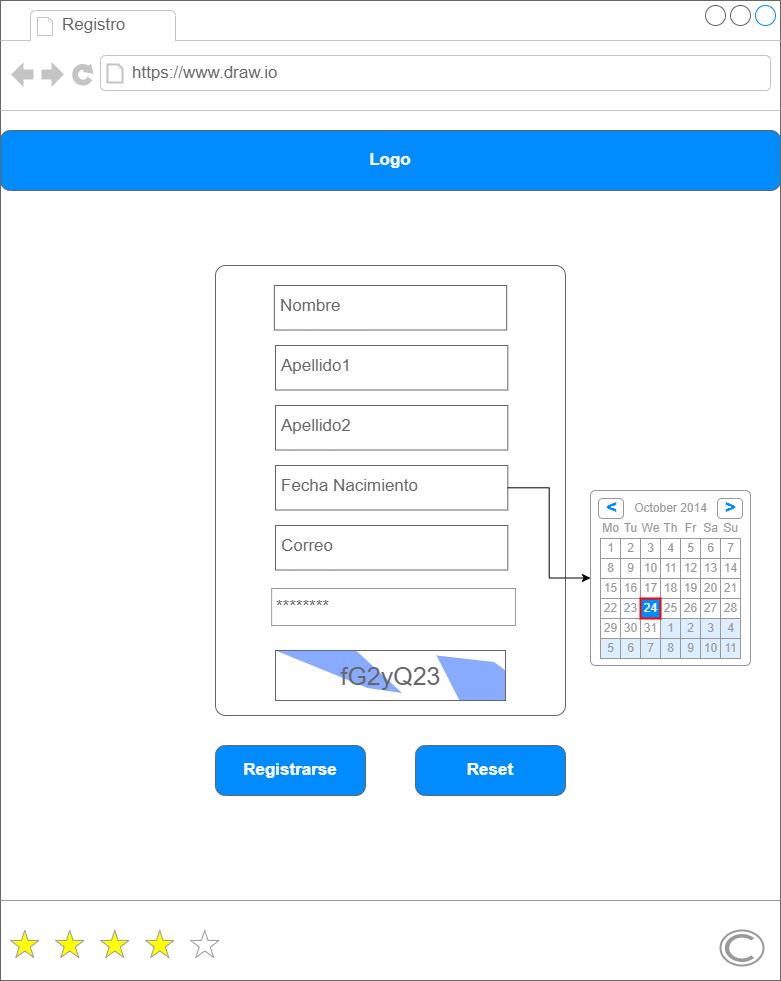
Earlier version of the draw.io export MOCKUPS/Mockups_Cibercafé-Registro.drawio.png (luciarinconpozo/Cibercafe). Source tidied: cells renumbered, new cells last; positions are measured from the earlier drawing's top-left corner, leaving out a move shared by most shapes.
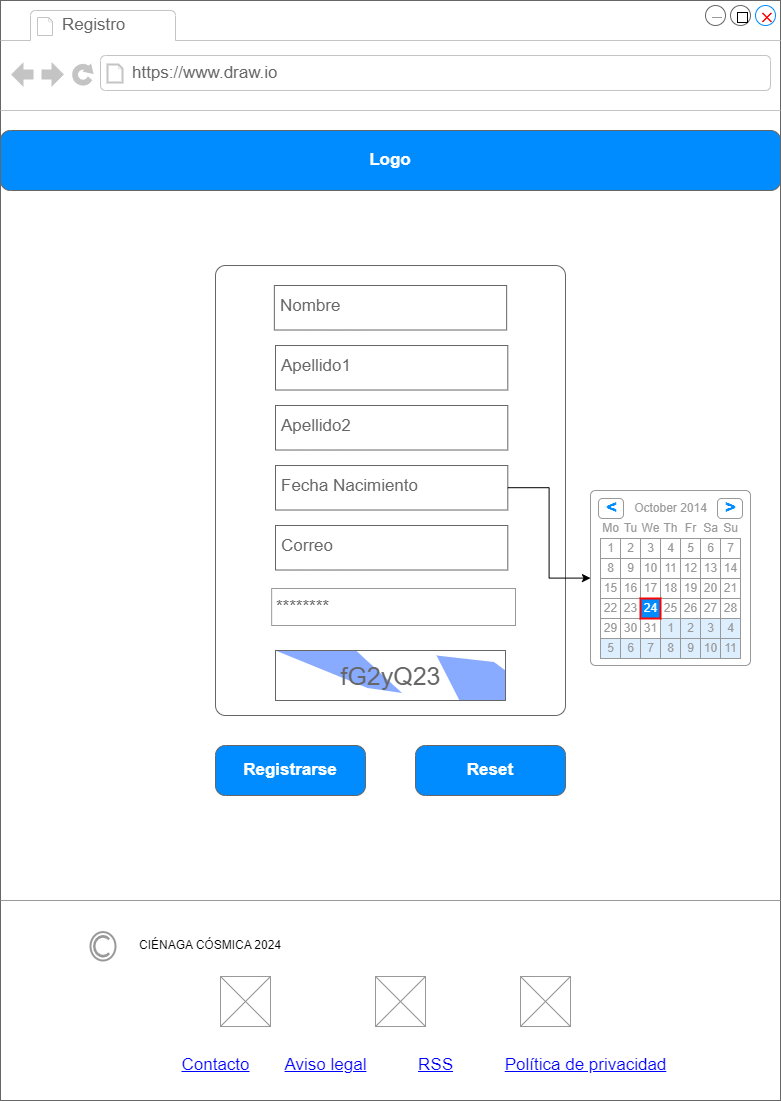
After the commit.

What changed in the source:
```diff
@@ -3,7 +3,7 @@
     <mxCell id="0" />
     <mxCell id="1" parent="0" />
     <mxCell id="2" style="strokeWidth=1;shadow=0;dashed=0;align=center;html=1;shape=mxgraph.mockup.containers.browserWindow;rSize=0;strokeColor=#666666;strokeColor2=#008cff;strokeColor3=#c4c4c4;mainText=,;" parent="1" vertex="1">
-      <mxGeometry width="780" height="980" as="geometry" />
+      <mxGeometry width="780" height="1100" as="geometry" />
     </mxCell>
     <mxCell id="3" value="Registro" style="strokeWidth=1;shadow=0;dashed=0;align=center;html=1;shape=mxgraph.mockup.containers.anchor;fontSize=17;fontColor=#666666;align=left;whiteSpace=wrap;" parent="2" vertex="1">
       <mxGeometry x="60" y="12" width="110" height="26" as="geometry" />
@@ -11,15 +11,9 @@
     <mxCell id="4" value="https://www.draw.io" style="strokeWidth=1;shadow=0;dashed=0;align=center;html=1;shape=mxgraph.mockup.containers.anchor;rSize=0;fontSize=17;fontColor=#666666;align=left;" parent="2" vertex="1">
       <mxGeometry x="130" y="60" width="250" height="26" as="geometry" />
     </mxCell>
-    <mxCell id="5" style="verticalLabelPosition=bottom;shadow=0;dashed=0;align=center;html=1;verticalAlign=top;strokeWidth=1;shape=mxgraph.mockup.misc.rating;strokeColor=#999999;fillColor=#ffff00;emptyFillColor=#ffffff;grade=4;ratingScale=5;ratingStyle=star;" parent="2" vertex="1">
-      <mxGeometry x="10" y="930" width="225" height="30" as="geometry" />
-    </mxCell>
     <mxCell id="6" style="verticalLabelPosition=bottom;shadow=0;dashed=0;align=center;html=1;verticalAlign=top;strokeWidth=1;shape=mxgraph.mockup.markup.line;strokeColor=#999999;" parent="2" vertex="1">
       <mxGeometry y="890" width="780" height="20" as="geometry" />
     </mxCell>
-    <mxCell id="7" style="strokeColor=#999999;verticalLabelPosition=bottom;shadow=0;dashed=0;verticalAlign=top;strokeWidth=2;html=1;shape=mxgraph.mockup.misc.copyrightIcon;" parent="2" vertex="1">
-      <mxGeometry x="720" y="930" width="43" height="35" as="geometry" />
-    </mxCell>
     <mxCell id="8" style="group;" parent="2" vertex="1">
       <mxGeometry x="215" y="255" width="350" height="460" as="geometry" />
     </mxCell>
@@ -218,5 +212,41 @@
     <mxCell id="73" style="edgeStyle=orthogonalEdgeStyle;rounded=0;jettySize=auto;html=1;" parent="2" edge="1" source="13" target="20">
       <mxGeometry relative="1" as="geometry" />
     </mxCell>
+    <mxCell id="74" style="shape=mxgraph.mockup.markup.redX;fillColor=#ff0000;html=1;shadow=0;whiteSpace=wrap;strokeColor=none;" parent="2" vertex="1">
+      <mxGeometry x="761.5" y="12" width="10" height="10" as="geometry" />
+    </mxCell>
+    <mxCell id="75" style="verticalLabelPosition=bottom;shadow=0;dashed=0;align=center;html=1;verticalAlign=top;strokeWidth=1;shape=mxgraph.mockup.markup.line;strokeColor=#999999;" parent="2" vertex="1">
+      <mxGeometry x="711.5" y="12" width="10" height="10" as="geometry" />
+    </mxCell>
+    <mxCell id="76" style="whiteSpace=wrap;html=1;" parent="2" vertex="1">
+      <mxGeometry x="737" y="12" width="10" height="10" as="geometry" />
+    </mxCell>
+    <mxCell id="77" style="strokeColor=#999999;verticalLabelPosition=bottom;shadow=0;dashed=0;verticalAlign=top;strokeWidth=2;html=1;shape=mxgraph.mockup.misc.copyrightIcon;" parent="2" vertex="1">
+      <mxGeometry x="90" y="931.6" width="25" height="28.4" as="geometry" />
+    </mxCell>
+    <mxCell id="78" value="Contacto" style="shape=rectangle;strokeColor=none;fillColor=none;linkText=;fontSize=17;fontColor=#0000ff;fontStyle=4;html=1;align=center;" parent="2" vertex="1">
+      <mxGeometry x="140" y="1050.1" width="150" height="30" as="geometry" />
+    </mxCell>
+    <mxCell id="79" value="Política de privacidad" style="shape=rectangle;strokeColor=none;fillColor=none;linkText=;fontSize=17;fontColor=#0000ff;fontStyle=4;html=1;align=center;" parent="2" vertex="1">
+      <mxGeometry x="510" y="1050.1" width="150" height="30" as="geometry" />
+    </mxCell>
+    <mxCell id="80" value="RSS" style="shape=rectangle;strokeColor=none;fillColor=none;linkText=;fontSize=17;fontColor=#0000ff;fontStyle=4;html=1;align=center;" parent="2" vertex="1">
+      <mxGeometry x="360" y="1050.1" width="150" height="30" as="geometry" />
+    </mxCell>
+    <mxCell id="81" value="Aviso legal" style="shape=rectangle;strokeColor=none;fillColor=none;linkText=;fontSize=17;fontColor=#0000ff;fontStyle=4;html=1;align=center;" parent="2" vertex="1">
+      <mxGeometry x="250" y="1050.1" width="150" height="30" as="geometry" />
+    </mxCell>
+    <mxCell id="82" value="CIÉNAGA CÓSMICA 2024" style="text;html=1;align=center;verticalAlign=middle;whiteSpace=wrap;rounded=0;" parent="2" vertex="1">
+      <mxGeometry x="130" y="930" width="160" height="30" as="geometry" />
+    </mxCell>
+    <mxCell id="83" style="verticalLabelPosition=bottom;shadow=0;dashed=0;align=center;html=1;verticalAlign=top;strokeWidth=1;shape=mxgraph.mockup.graphics.simpleIcon;strokeColor=#999999;" parent="2" vertex="1">
+      <mxGeometry x="220" y="976" width="50" height="50" as="geometry" />
+    </mxCell>
+    <mxCell id="84" style="verticalLabelPosition=bottom;shadow=0;dashed=0;align=center;html=1;verticalAlign=top;strokeWidth=1;shape=mxgraph.mockup.graphics.simpleIcon;strokeColor=#999999;" parent="2" vertex="1">
+      <mxGeometry x="375" y="976" width="50" height="50" as="geometry" />
+    </mxCell>
+    <mxCell id="85" style="verticalLabelPosition=bottom;shadow=0;dashed=0;align=center;html=1;verticalAlign=top;strokeWidth=1;shape=mxgraph.mockup.graphics.simpleIcon;strokeColor=#999999;" parent="2" vertex="1">
+      <mxGeometry x="520" y="976" width="50" height="50" as="geometry" />
+    </mxCell>
   </root>
 </mxGraphModel>
```
